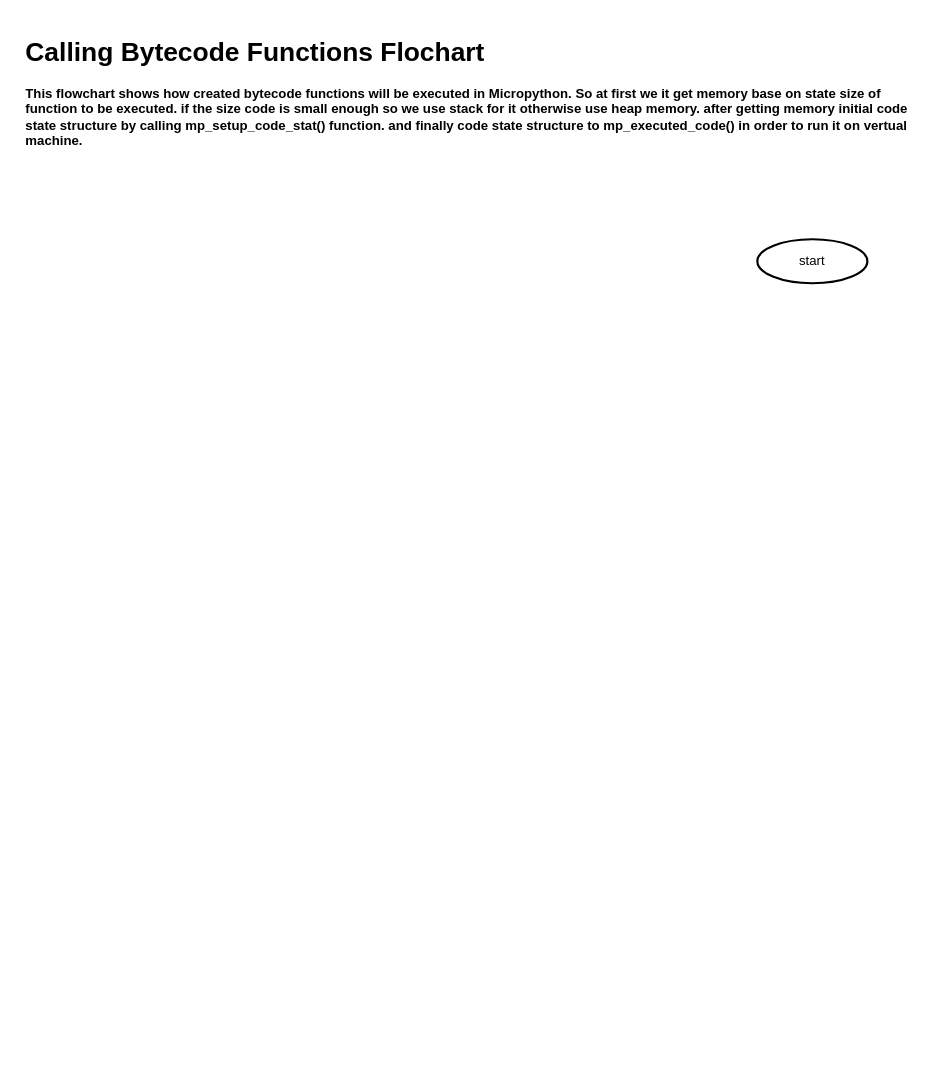
The draw.io diagram uPyIWM/diagrams/fun_bc_call.drawio in over-infinity/-Tutorials, before the edit. Source tidied: cells renumbered, new cells numbered last; positions are measured from the earlier drawing's top-left corner, leaving out a move shared by most shapes. Both pictures are drawn from the tidied source at 110%, with x=0, y=0 at pixel (20, 30).
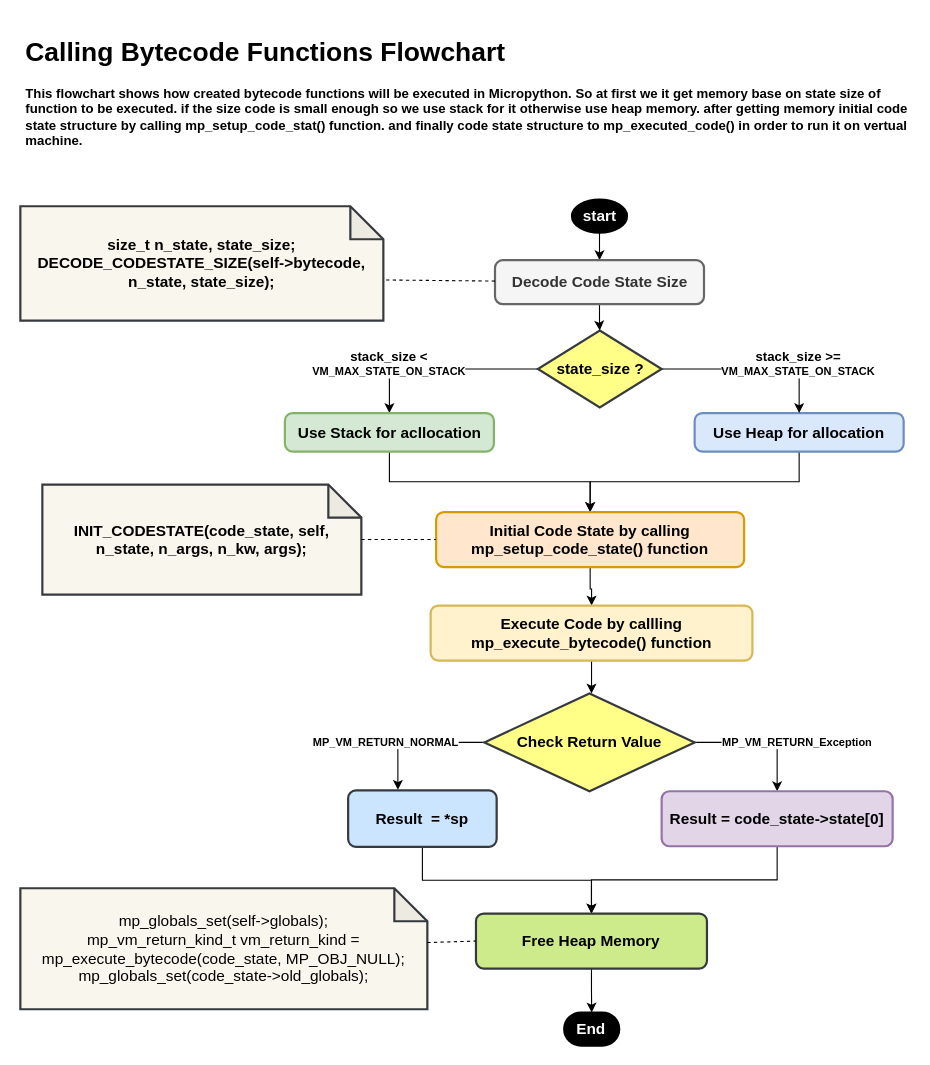
After the change.

The edit, as a diff of the source:
```diff
@@
+    <mxCell id="4" style="edgeStyle=orthogonalEdgeStyle;rounded=0;jettySize=auto;html=1;fontFamily=Helvetica;fontSize=14;fontColor=#000000;" parent="1" edge="1" source="2" target="11">
+      <mxGeometry relative="1" as="geometry" />
+    </mxCell>
-    <mxCell id="2" value="start" style="strokeWidth=2;html=1;shape=mxgraph.flowchart.start_1;whiteSpace=wrap;" parent="1" vertex="1">
-      <mxGeometry x="670" y="190" width="100" height="40" as="geometry" />
+    <mxCell id="2" value="start" style="strokeWidth=2;html=1;shape=mxgraph.flowchart.start_1;whiteSpace=wrap;fontColor=#FFFFFF;labelBackgroundColor=#000000;fillColor=#000000;fontStyle=1;fontSize=14;" parent="1" vertex="1">
+      <mxGeometry x="501.5" y="154" width="50" height="30" as="geometry" />
     </mxCell>
-    <mxCell id="3" value="&lt;h1&gt;Calling Bytecode Functions Flochart&lt;br&gt;&lt;/h1&gt;&lt;p&gt;This flowchart shows how created bytecode functions will be executed in Micropython. So at first we it get memory base on state size of function to be executed. if the size code is small enough so we use stack for it otherwise use heap memory. after getting memory initial code state structure by calling mp_setup_code_stat() function. and finally code state structure to mp_executed_code() in order to run it on vertual machine. &lt;br&gt;&lt;/p&gt;" style="text;html=1;strokeColor=none;fillColor=none;spacing=5;spacingTop=-20;whiteSpace=wrap;overflow=hidden;rounded=0;fontStyle=1;" parent="1" vertex="1">
+    <mxCell id="3" value="&lt;h1&gt;Calling Bytecode Functions Flowchart&lt;br&gt;&lt;/h1&gt;&lt;p&gt;This flowchart shows how created bytecode functions will be executed in Micropython. So at first we it get memory base on state size of function to be executed. if the size code is small enough so we use stack for it otherwise use heap memory. after getting memory initial code state structure by calling mp_setup_code_stat() function. and finally code state structure to mp_executed_code() in order to run it on vertual machine. &lt;br&gt;&lt;/p&gt;" style="text;html=1;strokeColor=none;fillColor=none;spacing=5;spacingTop=-20;whiteSpace=wrap;overflow=hidden;rounded=0;fontStyle=1;" parent="1" vertex="1">
       <mxGeometry width="810" height="120" as="geometry" />
     </mxCell>
+    <mxCell id="5" style="edgeStyle=orthogonalEdgeStyle;rounded=0;jettySize=auto;html=1;entryX=0.5;entryY=0;entryDx=0;entryDy=0;fontFamily=Helvetica;fontSize=14;fontColor=#000000;" parent="1" edge="1" source="6" target="17">
+      <mxGeometry relative="1" as="geometry" />
+    </mxCell>
+    <mxCell id="6" value="Use Heap for allocation" style="rounded=1;whiteSpace=wrap;html=1;absoluteArcSize=1;arcSize=14;strokeWidth=2;labelBackgroundColor=none;fontSize=14;fillColor=#dae8fc;fontStyle=1;strokeColor=#6c8ebf;" parent="1" vertex="1">
+      <mxGeometry x="613" y="348" width="190" height="35" as="geometry" />
+    </mxCell>
+    <mxCell id="7" style="edgeStyle=orthogonalEdgeStyle;rounded=0;jettySize=auto;html=1;fontFamily=Helvetica;fontSize=12;fontColor=#000000;" parent="1" edge="1" source="9" target="6">
+      <mxGeometry relative="1" as="geometry" />
+    </mxCell>
+    <mxCell id="8" style="edgeStyle=orthogonalEdgeStyle;rounded=0;jettySize=auto;html=1;fontFamily=Helvetica;fontSize=12;fontColor=#000000;" parent="1" edge="1" source="9" target="13">
+      <mxGeometry relative="1" as="geometry" />
+    </mxCell>
+    <mxCell id="9" value="state_size ?" style="strokeWidth=2;html=1;shape=mxgraph.flowchart.decision;whiteSpace=wrap;rounded=1;labelBackgroundColor=none;fontFamily=Helvetica;fontSize=14;fillColor=#ffff88;fontStyle=1;strokeColor=#36393d;" parent="1" vertex="1">
+      <mxGeometry x="470.5" y="273" width="112.5" height="70" as="geometry" />
+    </mxCell>
+    <mxCell id="10" style="edgeStyle=orthogonalEdgeStyle;rounded=0;jettySize=auto;html=1;entryX=0.5;entryY=0;entryDx=0;entryDy=0;entryPerimeter=0;fontFamily=Helvetica;fontSize=12;fontColor=#000000;" parent="1" edge="1" source="11" target="9">
+      <mxGeometry relative="1" as="geometry" />
+    </mxCell>
+    <mxCell id="11" value="Decode Code State Size" style="rounded=1;whiteSpace=wrap;html=1;absoluteArcSize=1;arcSize=14;strokeWidth=2;labelBackgroundColor=none;fontSize=14;fontColor=#333333;fillColor=#f5f5f5;fontStyle=1;strokeColor=#666666;" parent="1" vertex="1">
+      <mxGeometry x="431.5" y="209" width="190" height="40" as="geometry" />
+    </mxCell>
+    <mxCell id="12" style="edgeStyle=orthogonalEdgeStyle;rounded=0;jettySize=auto;html=1;fontFamily=Helvetica;fontSize=14;fontColor=#000000;" parent="1" edge="1" source="13" target="17">
+      <mxGeometry relative="1" as="geometry" />
+    </mxCell>
+    <mxCell id="13" value="Use Stack for acllocation" style="rounded=1;whiteSpace=wrap;html=1;absoluteArcSize=1;arcSize=14;strokeWidth=2;labelBackgroundColor=none;fontSize=14;fillColor=#d5e8d4;fontStyle=1;strokeColor=#82b366;" parent="1" vertex="1">
+      <mxGeometry x="240.5" y="348" width="190" height="35" as="geometry" />
+    </mxCell>
+    <mxCell id="14" value="&lt;font style=&quot;font-size: 12px&quot;&gt;&lt;font style=&quot;font-size: 12px&quot;&gt;stack_size &amp;gt;=&lt;/font&gt; &lt;/font&gt;VM_MAX_STATE_ON_STACK" style="text;html=1;strokeColor=none;fillColor=none;align=center;verticalAlign=middle;whiteSpace=wrap;rounded=0;labelBackgroundColor=#FFFFFF;fontFamily=Helvetica;fontSize=10;fontColor=#000000;fontStyle=1;" parent="1" vertex="1">
+      <mxGeometry x="670" y="280.5" width="75" height="45" as="geometry" />
+    </mxCell>
+    <mxCell id="15" value="&lt;font style=&quot;font-size: 12px&quot;&gt;stack_size &amp;lt; &lt;/font&gt;VM_MAX_STATE_ON_STACK" style="text;html=1;strokeColor=none;fillColor=none;align=center;verticalAlign=middle;whiteSpace=wrap;rounded=0;labelBackgroundColor=#FFFFFF;fontFamily=Helvetica;fontSize=10;fontColor=#000000;fontStyle=1;" parent="1" vertex="1">
+      <mxGeometry x="298" y="280.5" width="75" height="45" as="geometry" />
+    </mxCell>
+    <mxCell id="16" style="edgeStyle=orthogonalEdgeStyle;rounded=0;jettySize=auto;html=1;fontFamily=Helvetica;fontSize=12;fontColor=#000000;" parent="1" edge="1" source="17" target="19">
+      <mxGeometry relative="1" as="geometry" />
+    </mxCell>
+    <mxCell id="17" value="Initial Code State by calling mp_setup_code_state() function" style="rounded=1;whiteSpace=wrap;html=1;absoluteArcSize=1;arcSize=14;strokeWidth=2;labelBackgroundColor=none;fontFamily=Helvetica;fontSize=14;fillColor=#ffe6cc;fontStyle=1;strokeColor=#d79b00;" parent="1" vertex="1">
+      <mxGeometry x="378" y="438" width="280" height="50" as="geometry" />
+    </mxCell>
+    <mxCell id="18" style="edgeStyle=orthogonalEdgeStyle;rounded=0;jettySize=auto;html=1;fontFamily=Helvetica;fontSize=14;fontColor=#000000;" parent="1" edge="1" source="19" target="22">
+      <mxGeometry relative="1" as="geometry">
+        <Array as="points">
+          <mxPoint x="517" y="563" />
+          <mxPoint x="517" y="563" />
+        </Array>
+      </mxGeometry>
+    </mxCell>
+    <mxCell id="19" value="Execute Code by callling mp_execute_bytecode() function" style="rounded=1;whiteSpace=wrap;html=1;absoluteArcSize=1;arcSize=14;strokeWidth=2;labelBackgroundColor=none;fontFamily=Helvetica;fontSize=14;fillColor=#fff2cc;fontStyle=1;strokeColor=#d6b656;" parent="1" vertex="1">
+      <mxGeometry x="373" y="523" width="292.5" height="50" as="geometry" />
+    </mxCell>
+    <mxCell id="20" style="edgeStyle=orthogonalEdgeStyle;rounded=0;jettySize=auto;html=1;entryX=0.335;entryY=-0.011;entryDx=0;entryDy=0;entryPerimeter=0;fontFamily=Helvetica;fontSize=14;fontColor=#000000;" parent="1" edge="1" source="22" target="24">
+      <mxGeometry relative="1" as="geometry">
+        <Array as="points">
+          <mxPoint x="343" y="647" />
+        </Array>
+      </mxGeometry>
+    </mxCell>
+    <mxCell id="21" style="edgeStyle=orthogonalEdgeStyle;rounded=0;jettySize=auto;html=1;fontFamily=Helvetica;fontSize=14;fontColor=#000000;" parent="1" edge="1" source="22" target="26">
+      <mxGeometry relative="1" as="geometry">
+        <Array as="points">
+          <mxPoint x="688" y="647" />
+        </Array>
+      </mxGeometry>
+    </mxCell>
+    <mxCell id="22" value="&lt;font style=&quot;font-size: 14px&quot;&gt;Check Return Value&lt;/font&gt;" style="strokeWidth=2;html=1;shape=mxgraph.flowchart.decision;whiteSpace=wrap;rounded=1;labelBackgroundColor=none;fontFamily=Helvetica;fontSize=14;fillColor=#ffff88;fontStyle=1;verticalAlign=middle;spacing=0;flipH=1;flipV=1;direction=south;strokeColor=#36393d;" parent="1" vertex="1">
+      <mxGeometry x="421.8" y="603" width="191.2" height="88.8" as="geometry" />
+    </mxCell>
+    <mxCell id="23" style="edgeStyle=orthogonalEdgeStyle;rounded=0;jettySize=auto;html=1;fontFamily=Helvetica;fontSize=14;fontColor=#000000;" parent="1" edge="1" source="24" target="30">
+      <mxGeometry relative="1" as="geometry" />
+    </mxCell>
+    <mxCell id="24" value="Result&amp;nbsp; = *sp" style="rounded=1;whiteSpace=wrap;html=1;absoluteArcSize=1;arcSize=14;strokeWidth=2;labelBackgroundColor=none;fontFamily=Helvetica;fontSize=14;fillColor=#cce5ff;fontStyle=1;strokeColor=#36393d;" parent="1" vertex="1">
+      <mxGeometry x="298" y="691.1" width="135" height="51.2" as="geometry" />
+    </mxCell>
+    <mxCell id="25" style="edgeStyle=orthogonalEdgeStyle;rounded=0;jettySize=auto;html=1;entryX=0.5;entryY=0;entryDx=0;entryDy=0;fontFamily=Helvetica;fontSize=14;fontColor=#000000;" parent="1" edge="1" source="26" target="30">
+      <mxGeometry relative="1" as="geometry" />
+    </mxCell>
+    <mxCell id="26" value="Result = code_state-&amp;gt;state[0]" style="rounded=1;whiteSpace=wrap;html=1;absoluteArcSize=1;arcSize=14;strokeWidth=2;labelBackgroundColor=none;fontFamily=Helvetica;fontSize=14;fillColor=#e1d5e7;fontStyle=1;strokeColor=#9673a6;" parent="1" vertex="1">
+      <mxGeometry x="583" y="691.8" width="210" height="50" as="geometry" />
+    </mxCell>
+    <mxCell id="27" value="MP_VM_RETURN_NORMAL" style="text;html=1;strokeColor=none;fillColor=none;align=center;verticalAlign=middle;whiteSpace=wrap;rounded=0;labelBackgroundColor=#FFFFFF;fontFamily=Helvetica;fontSize=10;fontColor=#000000;fontStyle=1;" parent="1" vertex="1">
+      <mxGeometry x="295" y="624.9" width="75" height="45" as="geometry" />
+    </mxCell>
+    <mxCell id="28" value="MP_VM_RETURN_Exception" style="text;html=1;strokeColor=none;fillColor=none;align=center;verticalAlign=middle;whiteSpace=wrap;rounded=0;labelBackgroundColor=#FFFFFF;fontFamily=Helvetica;fontSize=10;fontColor=#000000;fontStyle=1;" parent="1" vertex="1">
+      <mxGeometry x="668.5" y="624.9" width="75" height="45" as="geometry" />
+    </mxCell>
+    <mxCell id="29" style="edgeStyle=orthogonalEdgeStyle;rounded=0;jettySize=auto;html=1;entryX=0.5;entryY=0;entryDx=0;entryDy=0;entryPerimeter=0;fontFamily=Helvetica;fontSize=14;fontColor=#FFFFFF;" parent="1" edge="1" source="30" target="31">
+      <mxGeometry relative="1" as="geometry" />
+    </mxCell>
+    <mxCell id="30" value="Free Heap Memory" style="rounded=1;whiteSpace=wrap;html=1;absoluteArcSize=1;arcSize=14;strokeWidth=2;labelBackgroundColor=none;fontFamily=Helvetica;fontSize=14;fillColor=#cdeb8b;fontStyle=1;strokeColor=#36393d;labelBorderColor=none;" parent="1" vertex="1">
+      <mxGeometry x="414.2" y="803" width="210" height="50" as="geometry" />
+    </mxCell>
+    <mxCell id="31" value="End" style="strokeWidth=2;html=1;shape=mxgraph.flowchart.terminator;whiteSpace=wrap;rounded=1;labelBackgroundColor=#000000;fontFamily=Helvetica;fontSize=14;fontColor=#FFFFFF;fillColor=#000000;fontStyle=1;" parent="1" vertex="1">
+      <mxGeometry x="494.4" y="893" width="50" height="30" as="geometry" />
+    </mxCell>
+    <mxCell id="32" value="size_t n_state, state_size;&lt;br&gt;DECODE_CODESTATE_SIZE(self-&amp;gt;bytecode, n_state, state_size);" style="shape=note;whiteSpace=wrap;html=1;backgroundOutline=1;darkOpacity=0.05;rounded=1;labelBackgroundColor=none;labelBorderColor=none;fontFamily=Helvetica;fontSize=14;strokeColor=#36393d;strokeWidth=2;fillColor=#f9f7ed;fontStyle=1;" parent="1" vertex="1">
+      <mxGeometry y="160" width="330" height="104" as="geometry" />
+    </mxCell>
+    <mxCell id="33" style="endArrow=none;dashed=1;html=1;rounded=0;fontFamily=Helvetica;fontSize=14;fontColor=#000000;entryX=0;entryY=0;entryDx=330;entryDy=67;entryPerimeter=0;strokeColor=default;" parent="1" edge="1" source="11" target="32">
+      <mxGeometry relative="1" as="geometry" />
+    </mxCell>
+    <mxCell id="34" value="INIT_CODESTATE(code_state, self, n_state, n_args, n_kw, args);" style="shape=note;whiteSpace=wrap;html=1;backgroundOutline=1;darkOpacity=0.05;rounded=1;labelBackgroundColor=none;labelBorderColor=none;fontFamily=Helvetica;fontSize=14;strokeColor=#36393d;strokeWidth=2;fillColor=#f9f7ed;fontStyle=1;" parent="1" vertex="1">
+      <mxGeometry x="20" y="413" width="290" height="100" as="geometry" />
+    </mxCell>
+    <mxCell id="35" value="mp_globals_set(self-&amp;gt;globals);&lt;br&gt;mp_vm_return_kind_t vm_return_kind = mp_execute_bytecode(code_state, MP_OBJ_NULL);&lt;br&gt;mp_globals_set(code_state-&amp;gt;old_globals);" style="shape=note;whiteSpace=wrap;html=1;backgroundOutline=1;darkOpacity=0.05;rounded=1;labelBackgroundColor=none;labelBorderColor=none;fontFamily=Helvetica;fontSize=14;strokeColor=#36393d;strokeWidth=2;fillColor=#f9f7ed;" parent="1" vertex="1">
+      <mxGeometry y="780" width="370" height="110" as="geometry" />
+    </mxCell>
+    <mxCell id="36" style="endArrow=none;dashed=1;html=1;rounded=0;fontFamily=Helvetica;fontSize=14;fontColor=#000000;entryX=0;entryY=0.5;entryDx=0;entryDy=0;" parent="1" edge="1" source="34" target="17">
+      <mxGeometry relative="1" as="geometry" />
+    </mxCell>
+    <mxCell id="37" style="endArrow=none;dashed=1;html=1;rounded=0;fontFamily=Helvetica;fontSize=14;fontColor=#000000;entryX=0;entryY=0.5;entryDx=0;entryDy=0;" parent="1" edge="1" source="35" target="30">
+      <mxGeometry relative="1" as="geometry" />
+    </mxCell>
```
